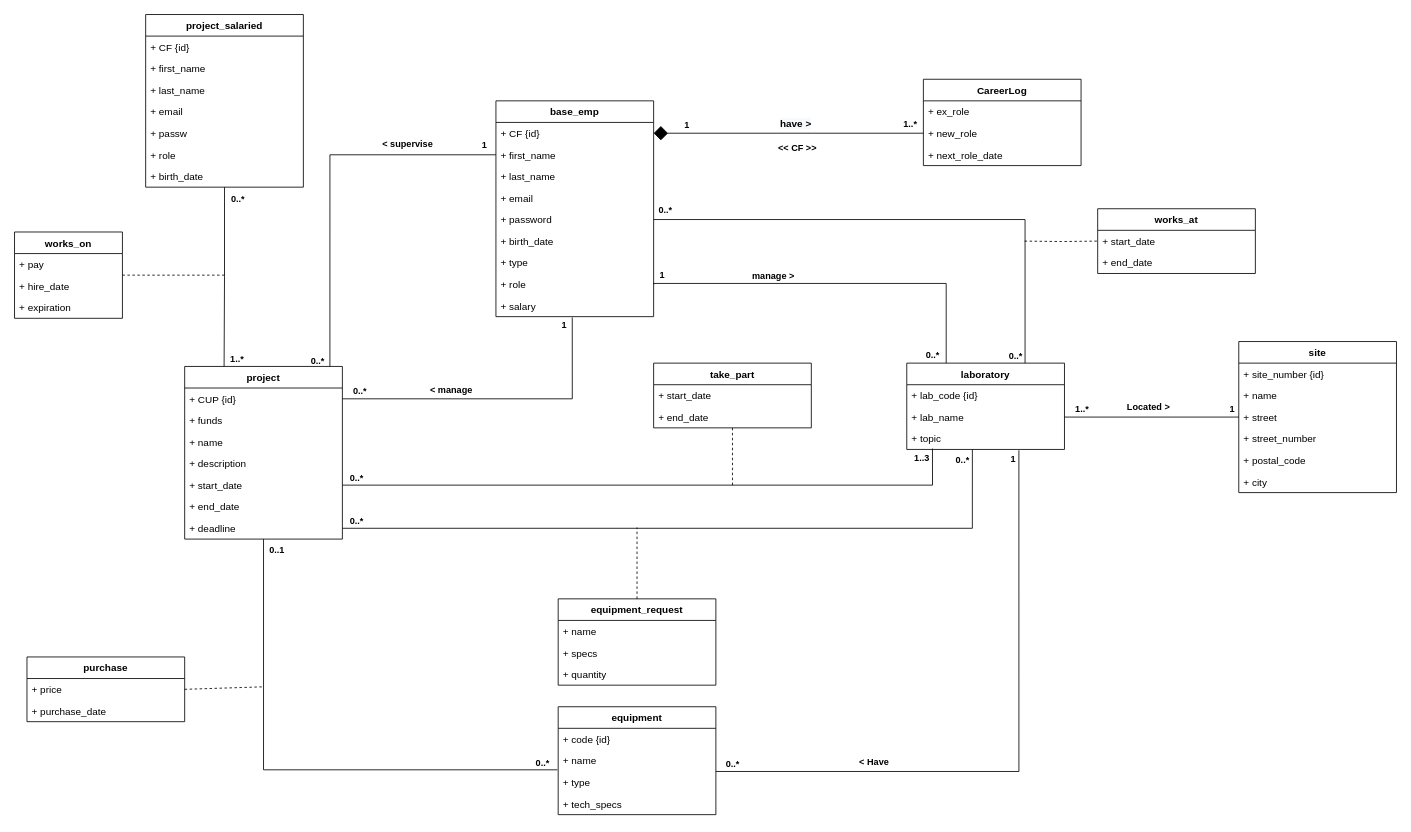
Before: schemi/Ristrutturato-UML.drawio in roberto-ingenito-progetto-OO-BD/progetto_OO_BD, a draw.io diagram. Source tidied: cells renumbered, new cells numbered last; positions are measured from the earlier drawing's top-left corner, leaving out a move shared by most shapes. Both pictures are drawn from the tidied source at 83%, with x=0, y=0 at pixel (14, 14).
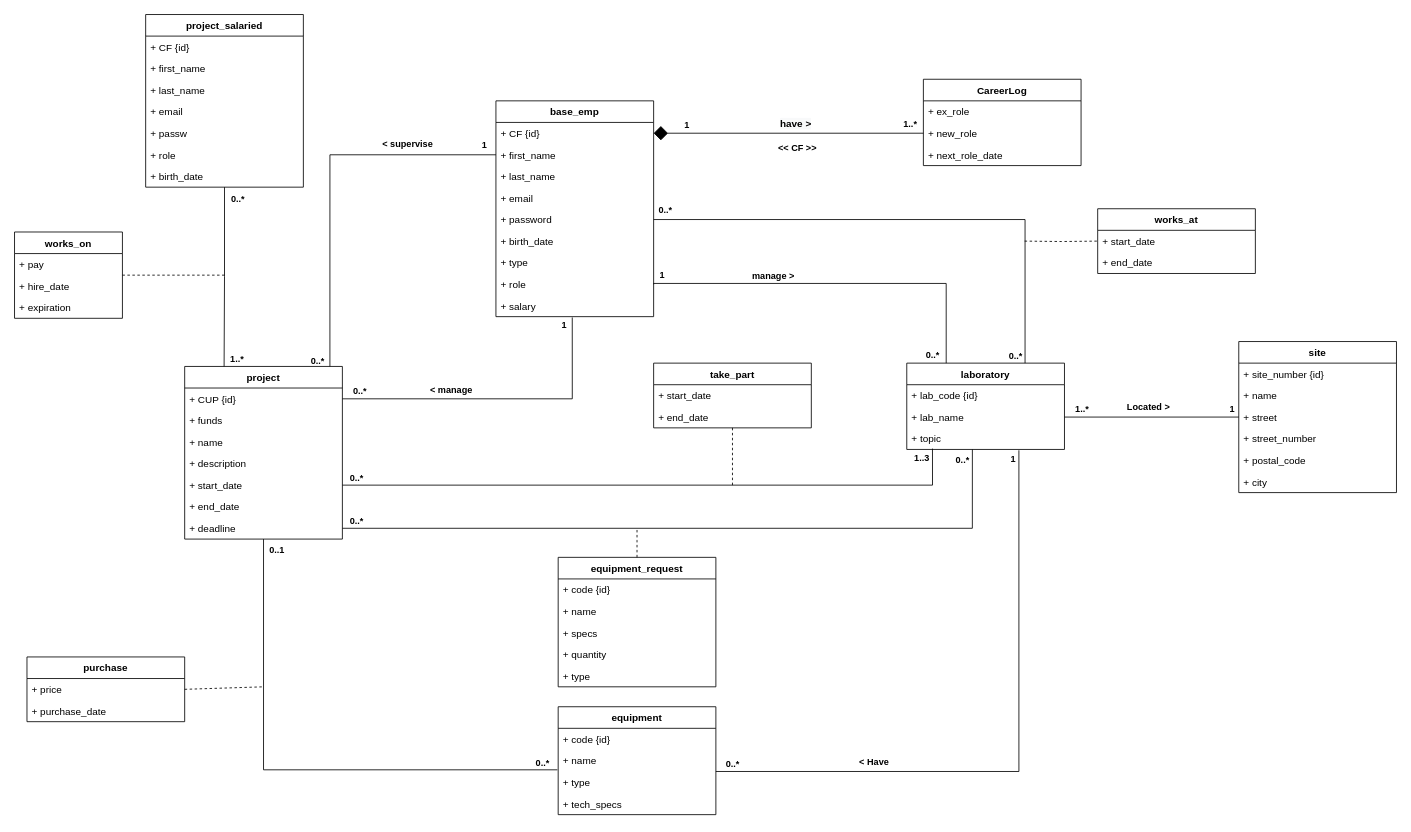
The same diagram, later.

Change to the diagram source:
```diff
@@
     <mxCell id="77" value="equipment_request" style="swimlane;fontStyle=1;horizontal=1;startSize=26;fillColor=none;" parent="1" vertex="1">
-      <mxGeometry x="655" y="704" width="190" height="104" as="geometry" />
+      <mxGeometry x="655" y="654" width="190" height="156" as="geometry" />
     </mxCell>
-    <mxCell id="78" value="+ name " style="text;strokeColor=none;fillColor=none;align=left;verticalAlign=top;spacingLeft=4;spacingRight=4;overflow=hidden;fontStyle=0;" parent="77" vertex="1">
+    <mxCell id="78" value="+ code {id}" style="text;strokeColor=none;fillColor=none;align=left;verticalAlign=top;spacingLeft=4;spacingRight=4;overflow=hidden;fontStyle=0;" parent="77" vertex="1">
       <mxGeometry y="26" width="190" height="26" as="geometry" />
     </mxCell>
+    <mxCell id="110" value="+ name " style="text;strokeColor=none;fillColor=none;align=left;verticalAlign=top;spacingLeft=4;spacingRight=4;overflow=hidden;fontStyle=0;" parent="77" vertex="1">
+      <mxGeometry y="52" width="190" height="26" as="geometry" />
+    </mxCell>
     <mxCell id="79" value="+ specs &#10;" style="text;strokeColor=none;fillColor=none;align=left;verticalAlign=top;spacingLeft=4;spacingRight=4;overflow=hidden;" parent="77" vertex="1">
-      <mxGeometry y="52" width="190" height="26" as="geometry" />
+      <mxGeometry y="78" width="190" height="26" as="geometry" />
     </mxCell>
     <mxCell id="80" value="+ quantity &#10;" style="text;strokeColor=none;fillColor=none;align=left;verticalAlign=top;spacingLeft=4;spacingRight=4;overflow=hidden;" parent="77" vertex="1">
-      <mxGeometry y="78" width="190" height="26" as="geometry" />
+      <mxGeometry y="104" width="190" height="26" as="geometry" />
     </mxCell>
+    <mxCell id="111" value="+ type" style="text;strokeColor=none;fillColor=none;align=left;verticalAlign=top;spacingLeft=4;spacingRight=4;overflow=hidden;" parent="77" vertex="1">
+      <mxGeometry y="130" width="190" height="26" as="geometry" />
+    </mxCell>
```
